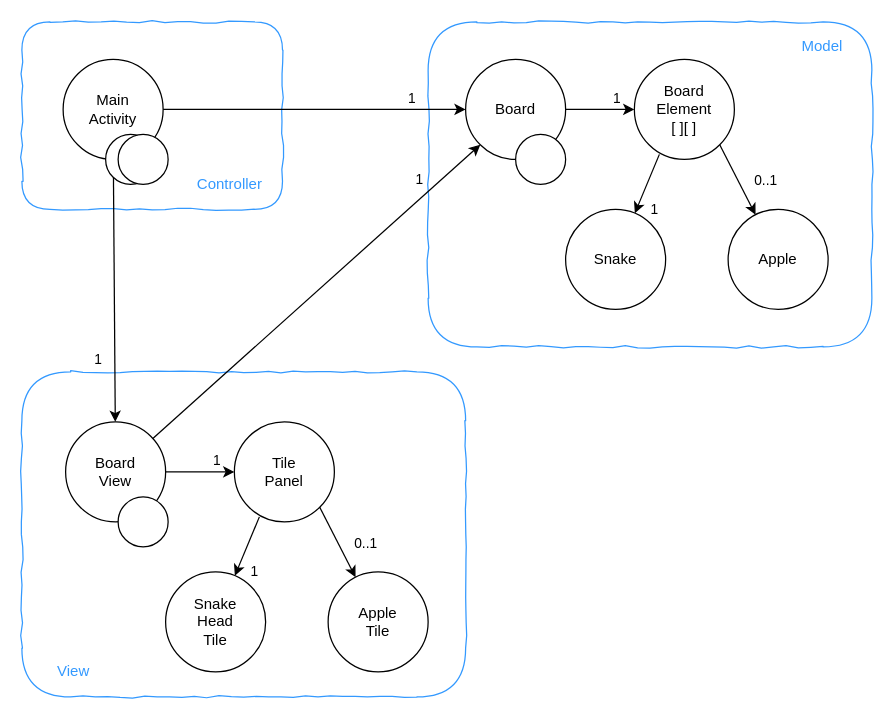
isel-leic-poo/19-20-2-LI23D keeps this draw.io diagram as page "ObjectDiagram" (2 of 3) of Snake/diagrams/snake_class_diagram.drawio. Above is the earlier version. Source tidied: cells renumbered, new cells numbered last; positions are measured from the earlier drawing's top-left corner, leaving out a move shared by most shapes. Both pictures are drawn from the tidied source at 125%, with x=0, y=0 at pixel (21, 21).
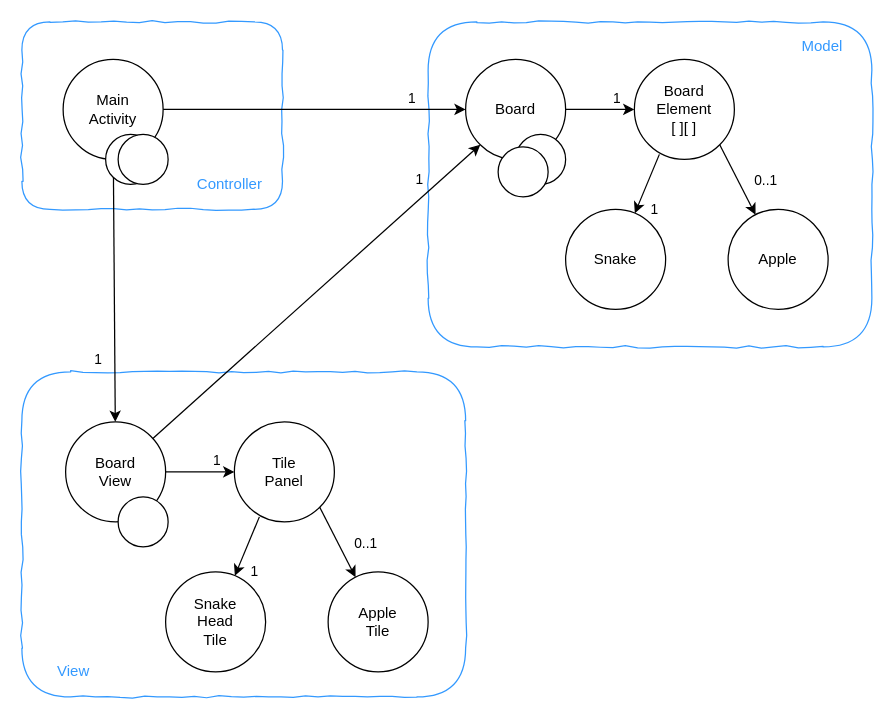
The same diagram, later.

The edit, as a diff of the source:
```diff
@@
+    <mxCell id="39" style="ellipse;whiteSpace=wrap;html=1;" parent="1" vertex="1">
+      <mxGeometry x="381" y="100" width="40" height="40" as="geometry" />
+    </mxCell>
```
